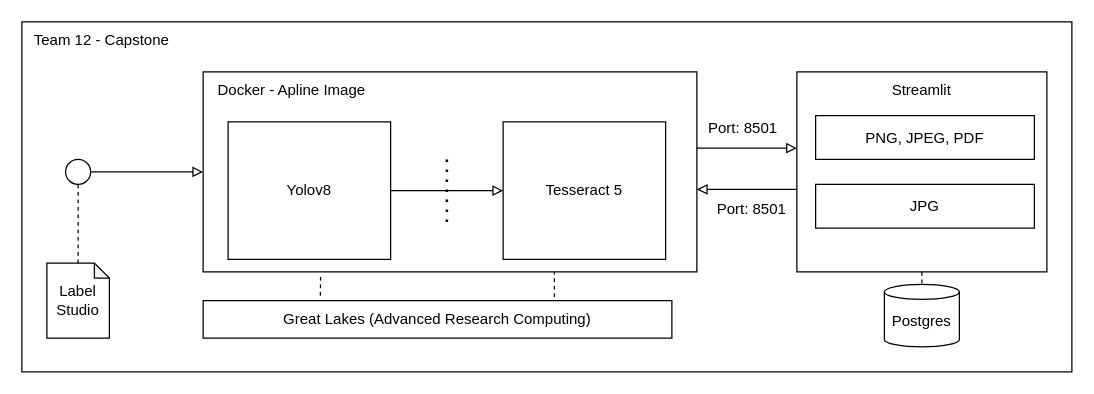
Before: page "Physical" (2 of 2) of docs/other/architecture_0.drawio in joehiggi/siads-699, a draw.io diagram. Source tidied: cells renumbered, new cells numbered last; positions are measured from the earlier drawing's top-left corner, leaving out a move shared by most shapes. Both pictures are drawn from the tidied source at 125%, with x=0, y=0 at pixel (21, 21).
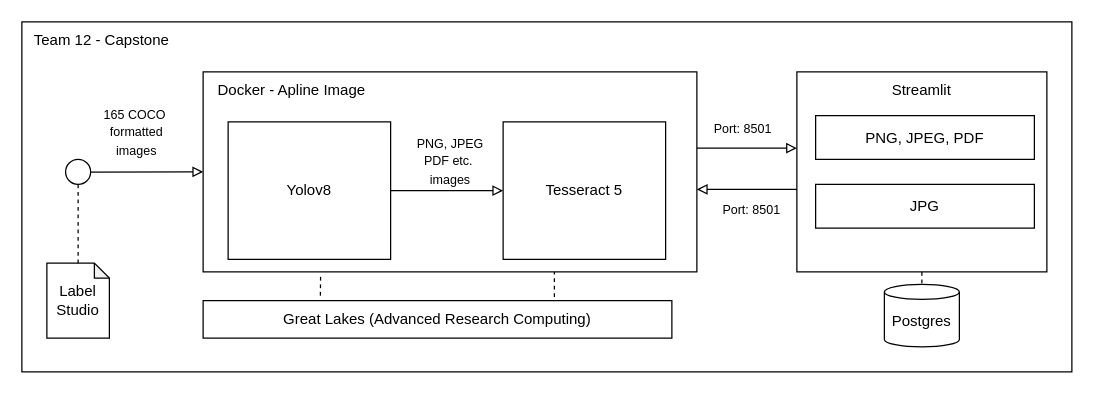
The same diagram, later.

The change refers to these unchanged cells:
```xml
<mxCell id="2" style="group;" parent="1" vertex="1">
  <mxGeometry width="840" height="280" as="geometry" />
</mxCell>
<mxCell id="7" style="ellipse;whiteSpace=wrap;html=1;" parent="1" vertex="1">
  <mxGeometry x="35" y="110" width="20" height="20" as="geometry" />
</mxCell>
<mxCell id="10" style="rounded=0;whiteSpace=wrap;html=1;" parent="1" vertex="1">
  <mxGeometry x="145" y="40" width="395" height="160" as="geometry" />
</mxCell>
```

Change to the diagram source:
```diff
@@
+    <mxCell id="28" value="&lt;span style=&quot;text-wrap-mode: nowrap; background-color: rgb(255, 255, 255);&quot;&gt;&lt;font style=&quot;font-size: 10px;&quot;&gt;165 COCO&amp;nbsp;&lt;/font&gt;&lt;/span&gt;&lt;div&gt;&lt;span style=&quot;text-wrap-mode: nowrap; background-color: rgb(255, 255, 255);&quot;&gt;&lt;font style=&quot;font-size: 10px;&quot;&gt;formatted&lt;/font&gt;&lt;/span&gt;&lt;div&gt;&lt;span style=&quot;text-wrap-mode: nowrap; background-color: rgb(255, 255, 255);&quot;&gt;&lt;font style=&quot;font-size: 10px;&quot;&gt;images&lt;/font&gt;&lt;/span&gt;&lt;div&gt;&lt;br&gt;&lt;/div&gt;&lt;/div&gt;&lt;/div&gt;" style="text;whiteSpace=wrap;html=1;align=center;" parent="2" vertex="1">
+      <mxGeometry x="52" y="60" width="80" height="46" as="geometry" />
+    </mxCell>
     <mxCell id="6" style="edgeStyle=none;html=1;entryX=0;entryY=0.5;entryDx=0;entryDy=0;endArrow=block;endFill=0;" parent="1" edge="1" source="7" target="10">
-      <mxGeometry relative="1" as="geometry">
-        <Array as="points">
-          <mxPoint x="105" y="120" />
-        </Array>
-      </mxGeometry>
+      <mxGeometry relative="1" as="geometry" />
     </mxCell>
@@
-    <mxCell id="19" value="Port: 8501" style="text;html=1;align=center;verticalAlign=middle;whiteSpace=wrap;rounded=0;" parent="1" vertex="1">
+    <mxCell id="19" value="&lt;font style=&quot;font-size: 10px;&quot;&gt;Port: 8501&lt;/font&gt;" style="text;html=1;align=center;verticalAlign=middle;whiteSpace=wrap;rounded=0;" parent="1" vertex="1">
       <mxGeometry x="542" y="70" width="70" height="30" as="geometry" />
     </mxCell>
-    <mxCell id="20" value="Port: 8501" style="text;html=1;align=center;verticalAlign=middle;whiteSpace=wrap;rounded=0;" parent="1" vertex="1">
+    <mxCell id="20" value="&lt;font style=&quot;font-size: 10px;&quot;&gt;Port: 8501&lt;/font&gt;" style="text;html=1;align=center;verticalAlign=middle;whiteSpace=wrap;rounded=0;" parent="1" vertex="1">
       <mxGeometry x="549" y="135" width="70" height="30" as="geometry" />
     </mxCell>
@@
-    <mxCell id="27" style="endArrow=none;dashed=1;html=1;dashPattern=1 3;strokeWidth=2;" parent="1" edge="1">
-      <mxGeometry relative="1" as="geometry">
-        <mxPoint x="340" y="160" as="sourcePoint" />
-        <mxPoint x="340" y="110" as="targetPoint" />
-      </mxGeometry>
-    </mxCell>
+    <mxCell id="29" value="&lt;div&gt;&lt;span style=&quot;font-size: 10px; text-wrap-mode: nowrap; background-color: rgb(255, 255, 255);&quot;&gt;PNG, JPEG&lt;br&gt;PDF etc.&amp;nbsp;&lt;/span&gt;&lt;/div&gt;&lt;div&gt;&lt;span style=&quot;font-size: 10px; text-wrap-mode: nowrap; background-color: rgb(255, 255, 255);&quot;&gt;images&lt;/span&gt;&lt;/div&gt;" style="text;whiteSpace=wrap;html=1;align=center;" parent="1" vertex="1">
+      <mxGeometry x="307.5" y="83" width="70" height="45" as="geometry" />
+    </mxCell>
```
